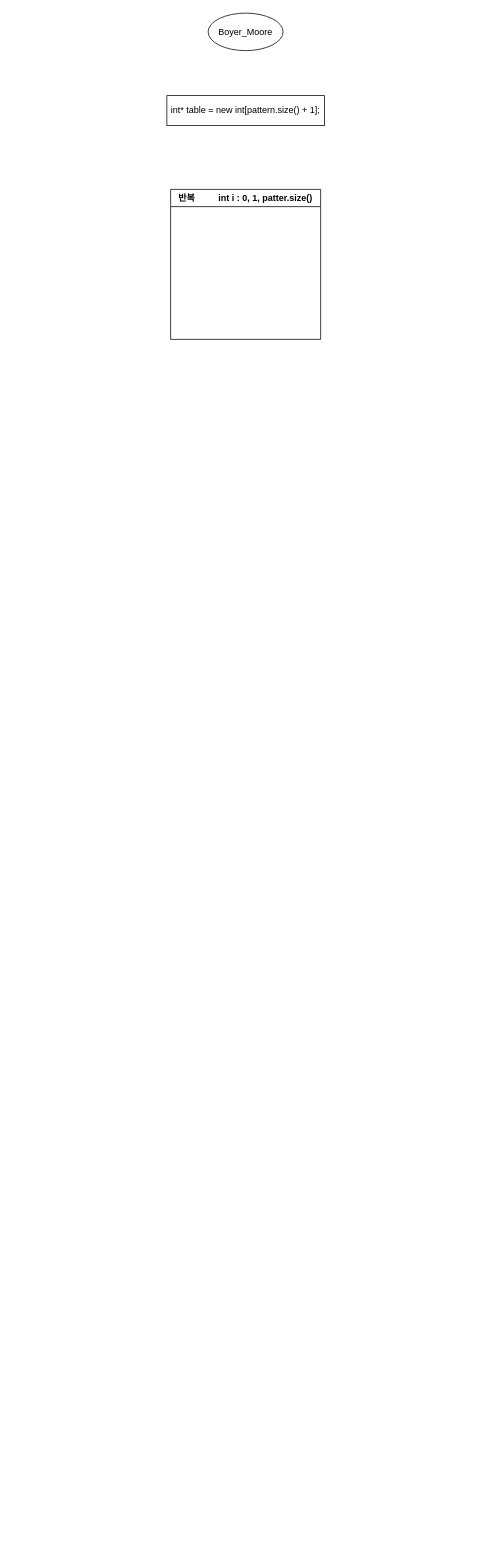
This is Project4/20230712_보이어무어법.drawio from kangminjii/Project4, a draw.io file, before an edit. Source tidied: cells renumbered, new cells numbered last; positions are measured from the earlier drawing's top-left corner, leaving out a move shared by most shapes. Both pictures are drawn from the tidied source at 75%, with x=0, y=0 at pixel (166, 13).
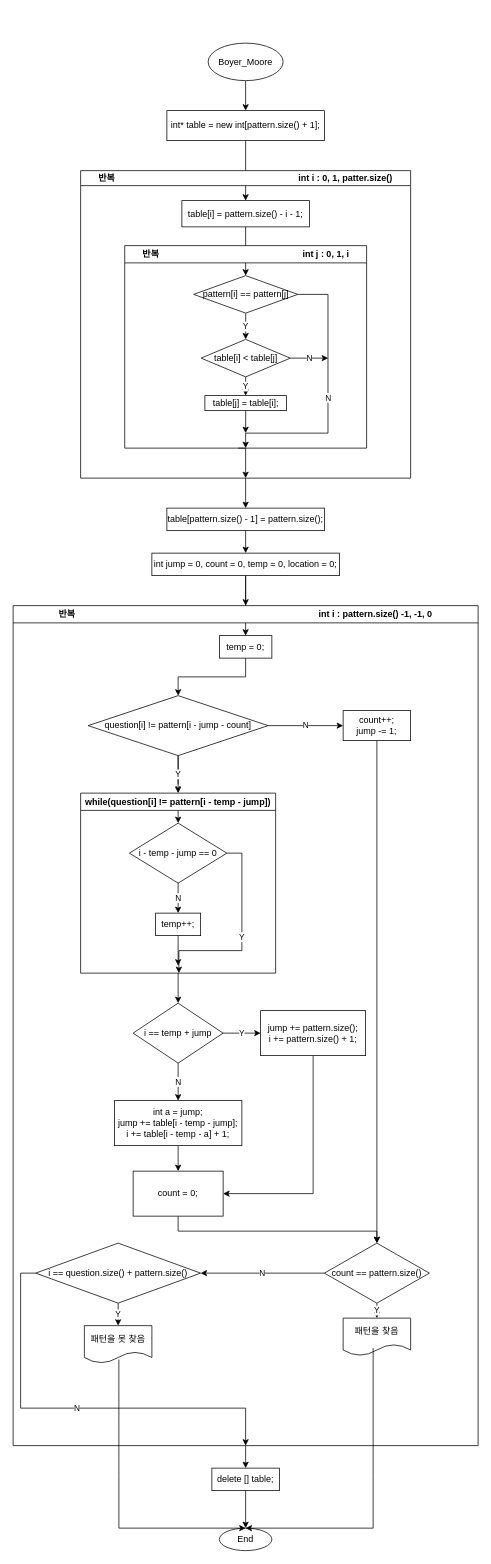
After the change.

Commit message:
20230712_보이어무어법.drawio 업데이트

The edit, as a diff of the source:
```diff
@@
+    <mxCell id="5" style="edgeStyle=orthogonalEdgeStyle;rounded=0;jettySize=auto;html=1;exitX=0.5;exitY=1;exitDx=0;exitDy=0;entryX=0.5;entryY=0;entryDx=0;entryDy=0;" parent="1" edge="1" source="2" target="3">
+      <mxGeometry relative="1" as="geometry" />
+    </mxCell>
     <mxCell id="2" value="Boyer_Moore" style="ellipse;whiteSpace=wrap;html=1;" parent="1" vertex="1">
-      <mxGeometry x="55" width="100" height="50" as="geometry" />
+      <mxGeometry x="55" y="40" width="100" height="50" as="geometry" />
     </mxCell>
+    <mxCell id="6" style="edgeStyle=orthogonalEdgeStyle;rounded=0;jettySize=auto;html=1;exitX=0.5;exitY=1;exitDx=0;exitDy=0;entryX=0.5;entryY=0;entryDx=0;entryDy=0;" parent="1" edge="1" source="3" target="9">
+      <mxGeometry relative="1" as="geometry" />
+    </mxCell>
     <mxCell id="3" value="int* table = new int[pattern.size() + 1];" style="rounded=0;whiteSpace=wrap;html=1;" parent="1" vertex="1">
-      <mxGeometry y="110" width="210" height="40" as="geometry" />
+      <mxGeometry y="130" width="210" height="40" as="geometry" />
     </mxCell>
+    <mxCell id="7" style="edgeStyle=orthogonalEdgeStyle;rounded=0;jettySize=auto;html=1;exitX=0.5;exitY=1;exitDx=0;exitDy=0;entryX=0.5;entryY=0;entryDx=0;entryDy=0;" parent="1" edge="1" source="4" target="21">
+      <mxGeometry relative="1" as="geometry" />
+    </mxCell>
-    <mxCell id="4" value="반복&lt;span style=&quot;white-space: pre;&quot;&gt;&#9;&lt;/span&gt;&lt;span style=&quot;white-space: pre;&quot;&gt;&#9;&lt;/span&gt;int i : 0, 1, patter.size()" style="swimlane;whiteSpace=wrap;html=1;" parent="1" vertex="1">
-      <mxGeometry x="5" y="235" width="200" height="200" as="geometry" />
+    <mxCell id="4" value="반복&lt;span style=&quot;white-space: pre;&quot;&gt;&#9;&lt;/span&gt;&lt;span style=&quot;white-space: pre;&quot;&gt;&#9;&lt;/span&gt;&lt;span style=&quot;white-space: pre;&quot;&gt;&#9;&lt;/span&gt;&lt;span style=&quot;white-space: pre;&quot;&gt;&#9;&lt;/span&gt;&lt;span style=&quot;white-space: pre;&quot;&gt;&#9;&lt;/span&gt;&lt;span style=&quot;white-space: pre;&quot;&gt;&#9;&lt;/span&gt;&lt;span style=&quot;white-space: pre;&quot;&gt;&#9;&lt;/span&gt;&lt;span style=&quot;white-space: pre;&quot;&gt;&#9;&lt;/span&gt;&lt;span style=&quot;white-space: pre;&quot;&gt;&#9;&lt;/span&gt;&lt;span style=&quot;white-space: pre;&quot;&gt;&#9;&lt;/span&gt;int i : 0, 1, patter.size()" style="swimlane;whiteSpace=wrap;html=1;startSize=20;" parent="1" vertex="1">
+      <mxGeometry x="-115" y="210" width="440" height="410" as="geometry" />
     </mxCell>
+    <mxCell id="8" style="edgeStyle=orthogonalEdgeStyle;rounded=0;jettySize=auto;html=1;exitX=0.5;exitY=1;exitDx=0;exitDy=0;" parent="4" edge="1" source="9" target="14">
+      <mxGeometry relative="1" as="geometry" />
+    </mxCell>
+    <mxCell id="9" value="table[i] = pattern.size() - i - 1;" style="rounded=0;whiteSpace=wrap;html=1;" parent="4" vertex="1">
+      <mxGeometry x="135" y="40" width="170" height="35" as="geometry" />
+    </mxCell>
+    <mxCell id="10" style="edgeStyle=orthogonalEdgeStyle;rounded=0;orthogonalLoop=1;jettySize=auto;html=1;exitX=0.5;exitY=1;exitDx=0;exitDy=0;" parent="4" edge="1">
+      <mxGeometry relative="1" as="geometry">
+        <mxPoint x="210" y="370" as="sourcePoint" />
+        <mxPoint x="220" y="410" as="targetPoint" />
+        <Array as="points">
+          <mxPoint x="220" y="370" />
+        </Array>
+      </mxGeometry>
+    </mxCell>
+    <mxCell id="11" value="반복 &lt;span style=&quot;white-space: pre;&quot;&gt;&#9;&lt;/span&gt;&lt;span style=&quot;white-space: pre;&quot;&gt;&#9;&lt;/span&gt;&lt;span style=&quot;white-space: pre;&quot;&gt;&#9;&lt;/span&gt;&lt;span style=&quot;white-space: pre;&quot;&gt;&#9;&lt;/span&gt;&lt;span style=&quot;white-space: pre;&quot;&gt;&#9;&lt;/span&gt;&lt;span style=&quot;white-space: pre;&quot;&gt;&#9;&lt;/span&gt;&lt;span style=&quot;white-space: pre;&quot;&gt;&#9;&lt;/span&gt;int j : 0, 1, i" style="swimlane;whiteSpace=wrap;html=1;" parent="4" vertex="1">
+      <mxGeometry x="58.8" y="100" width="322.5" height="270" as="geometry" />
+    </mxCell>
+    <mxCell id="12" value="Y" style="edgeStyle=orthogonalEdgeStyle;rounded=0;jettySize=auto;html=1;exitX=0.5;exitY=1;exitDx=0;exitDy=0;entryX=0.5;entryY=0;entryDx=0;entryDy=0;" parent="11" edge="1" source="14" target="17">
+      <mxGeometry relative="1" as="geometry" />
+    </mxCell>
+    <mxCell id="13" value="N" style="edgeStyle=orthogonalEdgeStyle;rounded=0;jettySize=auto;html=1;exitX=1;exitY=0.5;exitDx=0;exitDy=0;" parent="11" edge="1" source="14">
+      <mxGeometry relative="1" as="geometry">
+        <mxPoint x="161.2" y="270" as="targetPoint" />
+        <Array as="points">
+          <mxPoint x="271" y="65" />
+          <mxPoint x="271" y="250" />
+          <mxPoint x="161" y="250" />
+          <mxPoint x="161" y="270" />
+        </Array>
+      </mxGeometry>
+    </mxCell>
+    <mxCell id="14" value="pattern[i] == pattern[j]" style="rhombus;whiteSpace=wrap;html=1;" parent="11" vertex="1">
+      <mxGeometry x="91.9" y="40" width="138.8" height="50" as="geometry" />
+    </mxCell>
+    <mxCell id="15" value="Y" style="edgeStyle=orthogonalEdgeStyle;rounded=0;jettySize=auto;html=1;exitX=0.5;exitY=1;exitDx=0;exitDy=0;entryX=0.5;entryY=0;entryDx=0;entryDy=0;" parent="11" edge="1" source="17" target="19">
+      <mxGeometry relative="1" as="geometry" />
+    </mxCell>
+    <mxCell id="16" value="N" style="edgeStyle=orthogonalEdgeStyle;rounded=0;jettySize=auto;html=1;exitX=1;exitY=0.5;exitDx=0;exitDy=0;" parent="11" edge="1" source="17">
+      <mxGeometry relative="1" as="geometry">
+        <mxPoint x="271.2" y="150" as="targetPoint" />
+      </mxGeometry>
+    </mxCell>
+    <mxCell id="17" value="table[i] &amp;lt; table[j]" style="rhombus;whiteSpace=wrap;html=1;" parent="11" vertex="1">
+      <mxGeometry x="101.9" y="125" width="118.8" height="50" as="geometry" />
+    </mxCell>
+    <mxCell id="18" style="edgeStyle=orthogonalEdgeStyle;rounded=0;jettySize=auto;html=1;exitX=0.5;exitY=1;exitDx=0;exitDy=0;" parent="11" edge="1" source="19">
+      <mxGeometry relative="1" as="geometry">
+        <mxPoint x="161.2" y="250" as="targetPoint" />
+      </mxGeometry>
+    </mxCell>
+    <mxCell id="19" value="table[j] = table[i];" style="rounded=0;whiteSpace=wrap;html=1;" parent="11" vertex="1">
+      <mxGeometry x="106.9" y="200" width="108.8" height="20" as="geometry" />
+    </mxCell>
+    <mxCell id="20" style="edgeStyle=orthogonalEdgeStyle;rounded=0;jettySize=auto;html=1;exitX=0.5;exitY=1;exitDx=0;exitDy=0;entryX=0.5;entryY=0;entryDx=0;entryDy=0;" parent="1" edge="1" source="21" target="24">
+      <mxGeometry relative="1" as="geometry" />
+    </mxCell>
+    <mxCell id="21" value="table[pattern.size() - 1] = pattern.size();" style="rounded=0;whiteSpace=wrap;html=1;" parent="1" vertex="1">
+      <mxGeometry y="660" width="210" height="30" as="geometry" />
+    </mxCell>
+    <mxCell id="22" style="edgeStyle=orthogonalEdgeStyle;rounded=0;jettySize=auto;html=1;exitX=0.5;exitY=1;exitDx=0;exitDy=0;entryX=0.5;entryY=0;entryDx=0;entryDy=0;" parent="1" edge="1" source="24" target="28">
+      <mxGeometry relative="1" as="geometry" />
+    </mxCell>
+    <mxCell id="23" style="edgeStyle=orthogonalEdgeStyle;rounded=0;jettySize=auto;html=1;entryX=0.5;entryY=0;entryDx=0;entryDy=0;" parent="1" edge="1" source="24" target="26">
+      <mxGeometry relative="1" as="geometry" />
+    </mxCell>
+    <mxCell id="24" value="int jump = 0, count = 0, temp = 0, location = 0;" style="rounded=0;whiteSpace=wrap;html=1;" parent="1" vertex="1">
+      <mxGeometry x="-20" y="720" width="250" height="30" as="geometry" />
+    </mxCell>
+    <mxCell id="25" style="edgeStyle=orthogonalEdgeStyle;rounded=0;jettySize=auto;html=1;exitX=0.5;exitY=1;exitDx=0;exitDy=0;entryX=0.5;entryY=0;entryDx=0;entryDy=0;" parent="1" edge="1" source="26" target="63">
+      <mxGeometry relative="1" as="geometry" />
+    </mxCell>
+    <mxCell id="26" value="반복&lt;span style=&quot;white-space: pre;&quot;&gt;&#9;&lt;/span&gt;&lt;span style=&quot;white-space: pre;&quot;&gt;&#9;&lt;/span&gt;&lt;span style=&quot;white-space: pre;&quot;&gt;&#9;&lt;/span&gt;&lt;span style=&quot;white-space: pre;&quot;&gt;&#9;&lt;/span&gt;&lt;span style=&quot;white-space: pre;&quot;&gt;&#9;&lt;/span&gt;&lt;span style=&quot;white-space: pre;&quot;&gt;&#9;&lt;/span&gt;&lt;span style=&quot;white-space: pre;&quot;&gt;&#9;&lt;/span&gt;&lt;span style=&quot;white-space: pre;&quot;&gt;&#9;&lt;/span&gt;&lt;span style=&quot;white-space: pre;&quot;&gt;&#9;&lt;/span&gt;&lt;span style=&quot;white-space: pre;&quot;&gt;&#9;&lt;/span&gt;&lt;span style=&quot;white-space: pre;&quot;&gt;&#9;&lt;/span&gt;&lt;span style=&quot;white-space: pre;&quot;&gt;&#9;&lt;/span&gt;&lt;span style=&quot;white-space: pre;&quot;&gt;&#9;&lt;/span&gt;int i : pattern.size() -1, -1, 0" style="swimlane;whiteSpace=wrap;html=1;" parent="1" vertex="1">
+      <mxGeometry x="-205" y="790" width="620" height="1120" as="geometry" />
+    </mxCell>
+    <mxCell id="27" style="edgeStyle=orthogonalEdgeStyle;rounded=0;jettySize=auto;html=1;exitX=0.5;exitY=1;exitDx=0;exitDy=0;entryX=0.5;entryY=0;entryDx=0;entryDy=0;" parent="26" edge="1" source="28" target="32">
+      <mxGeometry relative="1" as="geometry" />
+    </mxCell>
+    <mxCell id="28" value="temp = 0;" style="rounded=0;whiteSpace=wrap;html=1;" parent="26" vertex="1">
+      <mxGeometry x="275" y="40" width="70" height="30" as="geometry" />
+    </mxCell>
+    <mxCell id="29" value="N" style="edgeStyle=orthogonalEdgeStyle;rounded=0;jettySize=auto;html=1;exitX=1;exitY=0.5;exitDx=0;exitDy=0;entryX=0;entryY=0.5;entryDx=0;entryDy=0;" parent="26" edge="1" source="32" target="34">
+      <mxGeometry relative="1" as="geometry" />
+    </mxCell>
+    <mxCell id="30" value="Y" style="edgeStyle=orthogonalEdgeStyle;rounded=0;jettySize=auto;html=1;exitX=0.5;exitY=1;exitDx=0;exitDy=0;" parent="26" edge="1" source="32">
+      <mxGeometry relative="1" as="geometry">
+        <mxPoint x="220" y="290" as="targetPoint" />
+      </mxGeometry>
+    </mxCell>
+    <mxCell id="31" value="Y" style="edgeStyle=orthogonalEdgeStyle;rounded=0;jettySize=auto;html=1;exitX=0.5;exitY=1;exitDx=0;exitDy=0;entryX=0.5;entryY=0;entryDx=0;entryDy=0;" parent="26" edge="1" source="32" target="41">
+      <mxGeometry relative="1" as="geometry" />
+    </mxCell>
+    <mxCell id="32" value="question[i] != pattern[i - jump - count]" style="rhombus;whiteSpace=wrap;html=1;" parent="26" vertex="1">
+      <mxGeometry x="100" y="120" width="240" height="80" as="geometry" />
+    </mxCell>
+    <mxCell id="33" style="edgeStyle=orthogonalEdgeStyle;rounded=0;jettySize=auto;html=1;exitX=0.5;exitY=1;exitDx=0;exitDy=0;entryX=0.5;entryY=0;entryDx=0;entryDy=0;" parent="26" edge="1" source="34" target="53">
+      <mxGeometry relative="1" as="geometry">
+        <Array as="points">
+          <mxPoint x="485" y="850" />
+          <mxPoint x="485" y="850" />
+        </Array>
+      </mxGeometry>
+    </mxCell>
+    <mxCell id="34" value="count++;&lt;br&gt;jump -= 1;" style="rounded=0;whiteSpace=wrap;html=1;" parent="26" vertex="1">
+      <mxGeometry x="440" y="140" width="90" height="40" as="geometry" />
+    </mxCell>
+    <mxCell id="35" value="N" style="edgeStyle=orthogonalEdgeStyle;rounded=0;jettySize=auto;html=1;exitX=0.5;exitY=1;exitDx=0;exitDy=0;entryX=0.5;entryY=0;entryDx=0;entryDy=0;" parent="26" edge="1" source="37" target="39">
+      <mxGeometry relative="1" as="geometry" />
+    </mxCell>
+    <mxCell id="36" value="Y" style="edgeStyle=orthogonalEdgeStyle;rounded=0;jettySize=auto;html=1;exitX=1;exitY=0.5;exitDx=0;exitDy=0;" parent="26" edge="1" source="37">
+      <mxGeometry relative="1" as="geometry">
+        <mxPoint x="221" y="490" as="targetPoint" />
+        <Array as="points">
+          <mxPoint x="305" y="330" />
+          <mxPoint x="305" y="460" />
+          <mxPoint x="221" y="460" />
+        </Array>
+      </mxGeometry>
+    </mxCell>
+    <mxCell id="37" value="i - temp - jump == 0" style="rhombus;whiteSpace=wrap;html=1;" parent="26" vertex="1">
+      <mxGeometry x="155" y="290" width="130" height="80" as="geometry" />
+    </mxCell>
+    <mxCell id="38" style="edgeStyle=orthogonalEdgeStyle;rounded=0;jettySize=auto;html=1;exitX=0.5;exitY=1;exitDx=0;exitDy=0;" parent="26" edge="1" source="39">
+      <mxGeometry relative="1" as="geometry">
+        <mxPoint x="220" y="480" as="targetPoint" />
+      </mxGeometry>
+    </mxCell>
+    <mxCell id="39" value="temp++;" style="rounded=0;whiteSpace=wrap;html=1;" parent="26" vertex="1">
+      <mxGeometry x="190" y="410" width="60" height="30" as="geometry" />
+    </mxCell>
+    <mxCell id="40" style="edgeStyle=orthogonalEdgeStyle;rounded=0;jettySize=auto;html=1;exitX=0.5;exitY=1;exitDx=0;exitDy=0;" parent="26" edge="1" source="41">
+      <mxGeometry relative="1" as="geometry">
+        <mxPoint x="220" y="530" as="targetPoint" />
+      </mxGeometry>
+    </mxCell>
+    <mxCell id="41" value="while(question[i] != pattern[i - temp - jump])" style="swimlane;whiteSpace=wrap;html=1;" parent="26" vertex="1">
+      <mxGeometry x="90" y="250" width="260" height="240" as="geometry" />
+    </mxCell>
+    <mxCell id="42" value="Y" style="edgeStyle=orthogonalEdgeStyle;rounded=0;jettySize=auto;html=1;exitX=1;exitY=0.5;exitDx=0;exitDy=0;entryX=0;entryY=0.5;entryDx=0;entryDy=0;" parent="26" edge="1" source="44" target="46">
+      <mxGeometry relative="1" as="geometry" />
+    </mxCell>
+    <mxCell id="43" value="N" style="edgeStyle=orthogonalEdgeStyle;rounded=0;jettySize=auto;html=1;exitX=0.5;exitY=1;exitDx=0;exitDy=0;" parent="26" edge="1" source="44" target="48">
+      <mxGeometry relative="1" as="geometry" />
+    </mxCell>
+    <mxCell id="44" value="i == temp + jump" style="rhombus;whiteSpace=wrap;html=1;" parent="26" vertex="1">
+      <mxGeometry x="160" y="530" width="120" height="80" as="geometry" />
+    </mxCell>
+    <mxCell id="45" style="edgeStyle=orthogonalEdgeStyle;rounded=0;jettySize=auto;html=1;exitX=0.5;exitY=1;exitDx=0;exitDy=0;entryX=1;entryY=0.5;entryDx=0;entryDy=0;" parent="26" edge="1" source="46" target="50">
+      <mxGeometry relative="1" as="geometry" />
+    </mxCell>
+    <mxCell id="46" value="&lt;div&gt;jump += pattern.size();&lt;/div&gt;&lt;div&gt;i += pattern.size() + 1;&lt;span style=&quot;&quot;&gt;&lt;/span&gt;&lt;/div&gt;" style="rounded=0;whiteSpace=wrap;html=1;" parent="26" vertex="1">
+      <mxGeometry x="330" y="540" width="140" height="60" as="geometry" />
+    </mxCell>
+    <mxCell id="47" style="edgeStyle=orthogonalEdgeStyle;rounded=0;jettySize=auto;html=1;exitX=0.5;exitY=1;exitDx=0;exitDy=0;entryX=0.5;entryY=0;entryDx=0;entryDy=0;" parent="26" edge="1" source="48" target="50">
+      <mxGeometry relative="1" as="geometry" />
+    </mxCell>
+    <mxCell id="48" value="int a = jump;&lt;br&gt;jump += table[i - temp - jump];&lt;br&gt;i += table[i - temp - a] + 1;" style="rounded=0;whiteSpace=wrap;html=1;" parent="26" vertex="1">
+      <mxGeometry x="135" y="660" width="170" height="60" as="geometry" />
+    </mxCell>
+    <mxCell id="49" style="edgeStyle=orthogonalEdgeStyle;rounded=0;jettySize=auto;html=1;exitX=0.5;exitY=1;exitDx=0;exitDy=0;entryX=0.5;entryY=0;entryDx=0;entryDy=0;" parent="26" edge="1" source="50" target="53">
+      <mxGeometry relative="1" as="geometry">
+        <Array as="points">
+          <mxPoint x="220" y="834" />
+          <mxPoint x="485" y="834" />
+        </Array>
+      </mxGeometry>
+    </mxCell>
+    <mxCell id="50" value="count = 0;" style="rounded=0;whiteSpace=wrap;html=1;" parent="26" vertex="1">
+      <mxGeometry x="160" y="754" width="120" height="60" as="geometry" />
+    </mxCell>
+    <mxCell id="51" value="Y" style="edgeStyle=orthogonalEdgeStyle;rounded=0;jettySize=auto;html=1;exitX=0.5;exitY=1;exitDx=0;exitDy=0;entryX=0.5;entryY=0;entryDx=0;entryDy=0;" parent="26" edge="1" source="53" target="54">
+      <mxGeometry relative="1" as="geometry" />
+    </mxCell>
+    <mxCell id="52" value="N" style="edgeStyle=orthogonalEdgeStyle;rounded=0;jettySize=auto;html=1;exitX=0;exitY=0.5;exitDx=0;exitDy=0;entryX=1;entryY=0.5;entryDx=0;entryDy=0;" parent="26" edge="1" source="53" target="57">
+      <mxGeometry relative="1" as="geometry" />
+    </mxCell>
+    <mxCell id="53" value="count == pattern.size()" style="rhombus;whiteSpace=wrap;html=1;" parent="26" vertex="1">
+      <mxGeometry x="415" y="850" width="140" height="80" as="geometry" />
+    </mxCell>
+    <mxCell id="54" value="패턴을 찾음" style="shape=document;whiteSpace=wrap;html=1;boundedLbl=1;" parent="26" vertex="1">
+      <mxGeometry x="440" y="950" width="90" height="50" as="geometry" />
+    </mxCell>
+    <mxCell id="55" value="Y" style="edgeStyle=orthogonalEdgeStyle;rounded=0;jettySize=auto;html=1;exitX=0.5;exitY=1;exitDx=0;exitDy=0;entryX=0.5;entryY=0;entryDx=0;entryDy=0;" parent="26" edge="1" source="57" target="58">
+      <mxGeometry relative="1" as="geometry" />
+    </mxCell>
+    <mxCell id="56" value="N" style="edgeStyle=orthogonalEdgeStyle;rounded=0;jettySize=auto;html=1;exitX=0;exitY=0.5;exitDx=0;exitDy=0;entryX=0.5;entryY=1;entryDx=0;entryDy=0;" parent="26" edge="1" source="57" target="26">
+      <mxGeometry relative="1" as="geometry">
+        <Array as="points">
+          <mxPoint x="10" y="890" />
+          <mxPoint x="10" y="1070" />
+          <mxPoint x="310" y="1070" />
+        </Array>
+      </mxGeometry>
+    </mxCell>
+    <mxCell id="57" value="i == question.size() + pattern.size()" style="rhombus;whiteSpace=wrap;html=1;" parent="26" vertex="1">
+      <mxGeometry x="30" y="850" width="220" height="80" as="geometry" />
+    </mxCell>
+    <mxCell id="58" value="패턴을 못 찾음" style="shape=document;whiteSpace=wrap;html=1;boundedLbl=1;" parent="26" vertex="1">
+      <mxGeometry x="95" y="960" width="90" height="50" as="geometry" />
+    </mxCell>
+    <mxCell id="59" value="End" style="ellipse;whiteSpace=wrap;html=1;" parent="1" vertex="1">
+      <mxGeometry x="70" y="2020" width="70" height="30" as="geometry" />
+    </mxCell>
+    <mxCell id="60" style="endArrow=classic;html=1;rounded=0;exitX=0.511;exitY=0.904;exitDx=0;exitDy=0;exitPerimeter=0;entryX=0.5;entryY=0;entryDx=0;entryDy=0;" parent="1" edge="1" source="58" target="59">
+      <mxGeometry relative="1" as="geometry">
+        <Array as="points">
+          <mxPoint x="-64" y="1950" />
+          <mxPoint x="-64" y="2020" />
+        </Array>
+      </mxGeometry>
+    </mxCell>
+    <mxCell id="61" style="endArrow=classic;html=1;rounded=0;entryX=0.5;entryY=0;entryDx=0;entryDy=0;" parent="1" edge="1" target="59">
+      <mxGeometry relative="1" as="geometry">
+        <mxPoint x="275" y="1780" as="sourcePoint" />
+        <Array as="points">
+          <mxPoint x="275" y="1950" />
+          <mxPoint x="275" y="2020" />
+        </Array>
+      </mxGeometry>
+    </mxCell>
+    <mxCell id="62" style="edgeStyle=orthogonalEdgeStyle;rounded=0;jettySize=auto;html=1;exitX=0.5;exitY=1;exitDx=0;exitDy=0;" parent="1" edge="1" source="63" target="59">
+      <mxGeometry relative="1" as="geometry" />
+    </mxCell>
+    <mxCell id="63" value="delete [] table;" style="rounded=0;whiteSpace=wrap;html=1;" parent="1" vertex="1">
+      <mxGeometry x="60" y="1940" width="90" height="30" as="geometry" />
+    </mxCell>
```
